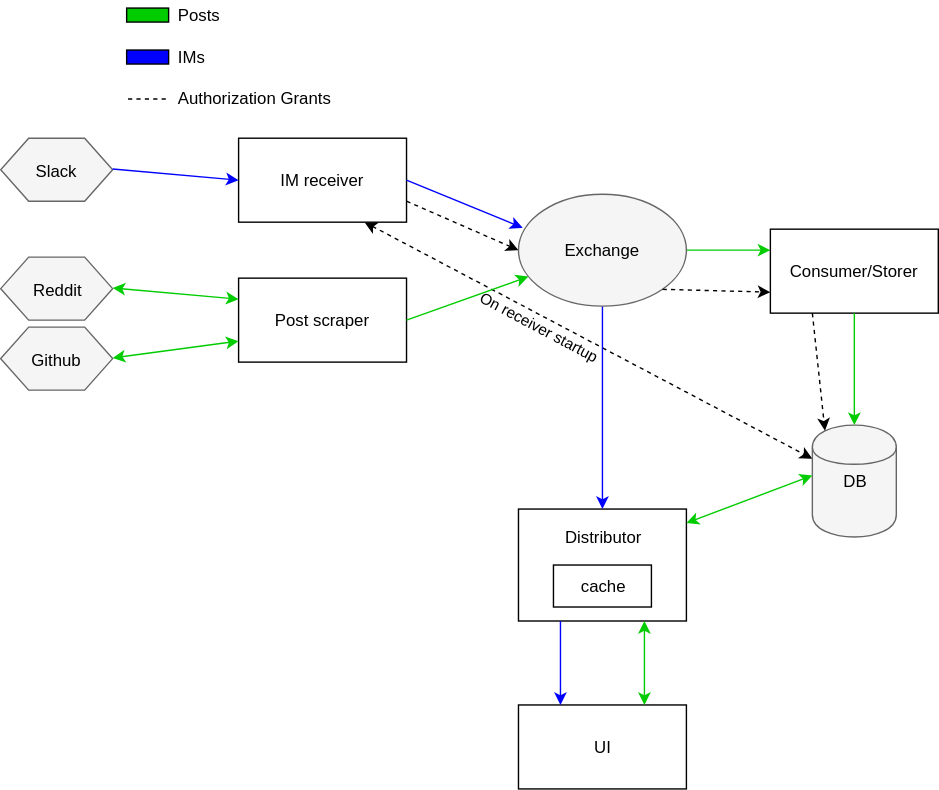
The draw.io diagram System Architecture.svg in decentstudio/decent-info, before a commit. Source tidied: cells renumbered, new cells last; positions are measured from the earlier drawing's top-left corner, leaving out a move shared by most shapes.
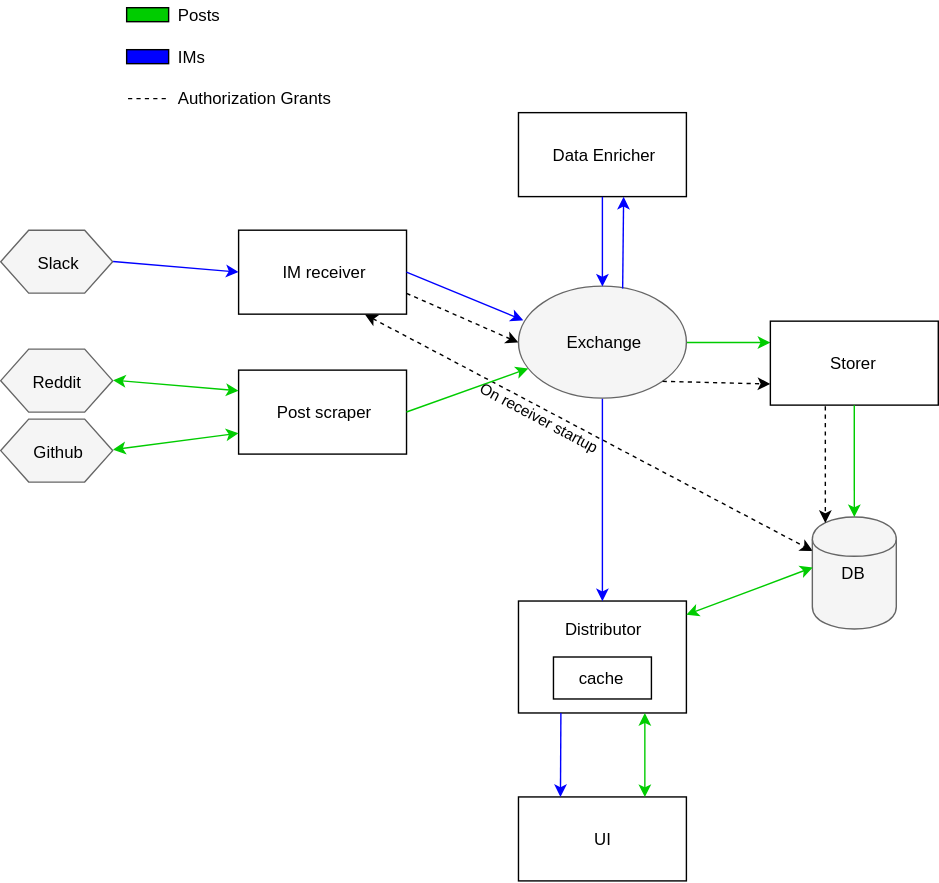
The same diagram one commit later.

Commit message:
Add data enricher

Diff of the diagram source:
```diff
@@ -23,7 +23,7 @@
     <mxCell id="8" style="endArrow=classic;html=1;exitX=1;exitY=0.5;strokeColor=#00CC00;entryX=0;entryY=0.25;" parent="1" edge="1" source="30" target="9">
       <mxGeometry relative="1" as="geometry" />
     </mxCell>
-    <mxCell id="9" value="Consumer/Storer" style="rounded=0;whiteSpace=wrap;html=1;" parent="1" vertex="1">
+    <mxCell id="9" value="Storer" style="rounded=0;whiteSpace=wrap;html=1;" parent="1" vertex="1">
       <mxGeometry x="550" y="163" width="120" height="60" as="geometry" />
     </mxCell>
     <mxCell id="10" value="DB" style="shape=cylinder;whiteSpace=wrap;html=1;fillColor=#f5f5f5;strokeColor=#666666;" parent="1" vertex="1">
@@ -71,16 +71,16 @@
       <mxGeometry relative="1" as="geometry" />
     </mxCell>
     <mxCell id="24" style="rounded=0;whiteSpace=wrap;html=1;fillColor=#00CC00;" parent="1" vertex="1">
-      <mxGeometry x="90" y="5" width="30" height="10" as="geometry" />
+      <mxGeometry x="90" y="-61" width="30" height="10" as="geometry" />
     </mxCell>
     <mxCell id="25" value="IMs" style="text;html=1;strokeColor=none;fillColor=none;align=left;verticalAlign=middle;whiteSpace=wrap;" parent="1" vertex="1">
-      <mxGeometry x="125" y="30" width="40" height="20" as="geometry" />
+      <mxGeometry x="125" y="-36" width="40" height="20" as="geometry" />
     </mxCell>
     <mxCell id="26" style="rounded=0;whiteSpace=wrap;html=1;fillColor=#0000FF;" parent="1" vertex="1">
-      <mxGeometry x="90" y="35" width="30" height="10" as="geometry" />
+      <mxGeometry x="90" y="-31" width="30" height="10" as="geometry" />
     </mxCell>
     <mxCell id="27" value="Posts" style="text;html=1;strokeColor=none;fillColor=none;align=left;verticalAlign=middle;whiteSpace=wrap;" parent="1" vertex="1">
-      <mxGeometry x="125" width="40" height="20" as="geometry" />
+      <mxGeometry x="125" y="-66" width="40" height="20" as="geometry" />
     </mxCell>
     <mxCell id="28" style="endArrow=classic;startArrow=classic;html=1;strokeColor=#00CC00;entryX=0;entryY=0.25;exitX=1;exitY=0.5;" parent="1" edge="1" source="21" target="5">
       <mxGeometry relative="1" as="geometry" />
@@ -92,14 +92,14 @@
       <mxGeometry x="370" y="138" width="120" height="80" as="geometry" />
     </mxCell>
     <mxCell id="31" value="Authorization Grants" style="text;html=1;strokeColor=none;fillColor=none;align=left;verticalAlign=middle;whiteSpace=wrap;" parent="1" vertex="1">
-      <mxGeometry x="125" y="59" width="115" height="20" as="geometry" />
+      <mxGeometry x="125" y="-7" width="115" height="20" as="geometry" />
     </mxCell>
     <mxCell id="32" style="endArrow=classic;html=1;strokeColor=#000000;comic=0;shadow=0;entryX=0;entryY=0.75;dashed=1;" parent="1" edge="1" target="9">
       <mxGeometry relative="1" as="geometry">
         <mxPoint x="473" y="206" as="sourcePoint" />
       </mxGeometry>
     </mxCell>
-    <mxCell id="33" style="endArrow=classic;html=1;strokeColor=#000000;comic=0;shadow=0;entryX=0.15;entryY=0.05;exitX=0.25;exitY=1;entryPerimeter=0;dashed=1;" parent="1" edge="1" source="9" target="10">
+    <mxCell id="33" style="endArrow=classic;html=1;strokeColor=#000000;comic=0;shadow=0;entryX=0.15;entryY=0.05;exitX=0.327;exitY=1.013;entryPerimeter=0;dashed=1;exitPerimeter=0;" parent="1" edge="1" source="9" target="10">
       <mxGeometry relative="1" as="geometry" />
     </mxCell>
     <mxCell id="34" value="On receiver startup" style="text;html=1;strokeColor=none;fillColor=none;align=center;verticalAlign=middle;whiteSpace=wrap;fontSize=11;rotation=28;" parent="1" vertex="1">
@@ -107,9 +107,18 @@
     </mxCell>
     <mxCell id="35" style="endArrow=none;dashed=1;html=1;shadow=0;strokeColor=#000000;fontSize=11;" parent="1" edge="1">
       <mxGeometry relative="1" as="geometry">
-        <mxPoint x="91" y="70" as="sourcePoint" />
-        <mxPoint x="121" y="70" as="targetPoint" />
+        <mxPoint x="91" y="4" as="sourcePoint" />
+        <mxPoint x="121" y="4" as="targetPoint" />
       </mxGeometry>
     </mxCell>
+    <mxCell id="36" value="Data Enricher" style="rounded=0;whiteSpace=wrap;html=1;fillColor=#ffffff;strokeColor=#000000;" parent="1" vertex="1">
+      <mxGeometry x="370" y="14" width="120" height="60" as="geometry" />
+    </mxCell>
+    <mxCell id="37" style="endArrow=classic;html=1;exitX=0.62;exitY=0.021;entryX=0.626;entryY=1.007;fillColor=#dae8fc;strokeColor=#0000FF;exitPerimeter=0;entryPerimeter=0;" parent="1" edge="1" source="30" target="36">
+      <mxGeometry relative="1" as="geometry" />
+    </mxCell>
+    <mxCell id="38" style="endArrow=classic;html=1;exitX=0.5;exitY=1;entryX=0.5;entryY=0;fillColor=#dae8fc;strokeColor=#0000FF;" parent="1" edge="1" source="36" target="30">
+      <mxGeometry relative="1" as="geometry" />
+    </mxCell>
   </root>
 </mxGraphModel>
```
